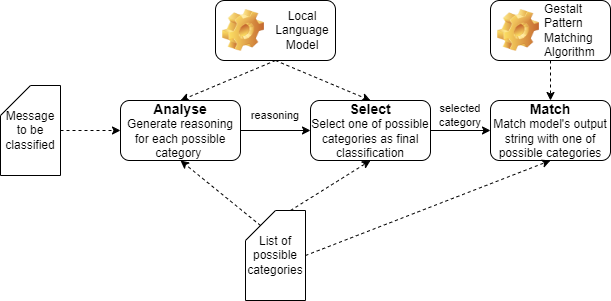
Above: graph.drawio.png in matlaczj/ASM-Method-for-Local-Email-Categorization (draw.io), before the change. Source tidied: cells renumbered, new cells last; positions are measured from the earlier drawing's top-left corner, leaving out a move shared by most shapes.
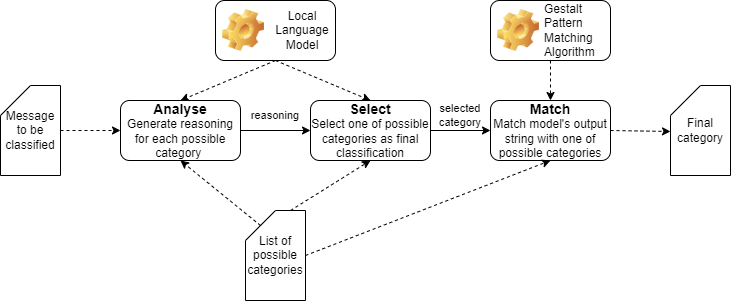
The same file after the commit.

The edit, as a diff of the source:
```diff
@@ -14,6 +14,9 @@
     <mxCell id="5" value="&lt;font style=&quot;font-size: 14px;&quot;&gt;&lt;b&gt;Select&lt;/b&gt;&lt;br&gt;&lt;/font&gt;Select one of possible categories as final classification" style="rounded=1;whiteSpace=wrap;html=1;shadow=0;glass=0;" parent="1" vertex="1">
       <mxGeometry x="310" y="100" width="120" height="60" as="geometry" />
     </mxCell>
+    <mxCell id="20" style="edgeStyle=none;html=1;exitX=1;exitY=0.5;exitDx=0;exitDy=0;entryX=0;entryY=0.511;entryDx=0;entryDy=0;entryPerimeter=0;dashed=1;" parent="1" edge="1" source="6" target="21">
+      <mxGeometry relative="1" as="geometry" />
+    </mxCell>
     <mxCell id="6" value="&lt;b style=&quot;font-size: 14px;&quot;&gt;Match&lt;br&gt;&lt;/b&gt;Match model's output string with one of possible categories" style="rounded=1;whiteSpace=wrap;html=1;shadow=0;glass=0;" parent="1" vertex="1">
       <mxGeometry x="490" y="100" width="120" height="60" as="geometry" />
     </mxCell>
@@ -56,5 +59,8 @@
     <mxCell id="19" value="selected&lt;br&gt;category" style="text;html=1;align=center;verticalAlign=middle;whiteSpace=wrap;rounded=1;fontSize=11;shadow=0;glass=0;" parent="1" vertex="1">
       <mxGeometry x="430" y="100" width="60" height="30" as="geometry" />
     </mxCell>
+    <mxCell id="21" value="Final category" style="shape=card;whiteSpace=wrap;html=1;fontSize=12;" parent="1" vertex="1">
+      <mxGeometry x="670" y="85" width="60" height="90" as="geometry" />
+    </mxCell>
   </root>
 </mxGraphModel>
```
